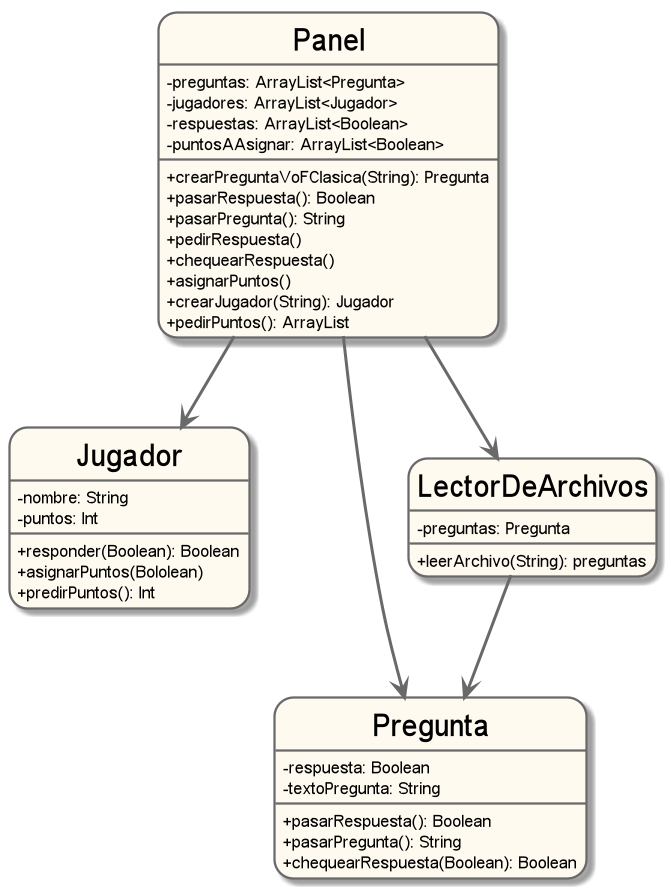
The PlantUML diagram UML/Diagrama de clases/DiagramaDeClases.png in fvazquezf/TP_2_Algo_3, before a commit. Its diagram source:
```plantuml
@startuml TP2
hide circle
skinparam classAttributeIconSize 0
skinparam roundcorner 25
skinparam sequenceArrowThickness 2
skinparam classFontSize 20

skinparam class {
BackgroundColor FloralWhite
ArrowColor DimGray
BorderColor DimGray
}

class Panel{
       - preguntas: ArrayList<Pregunta>
       - jugadores: ArrayList<Jugador>
       - respuestas: ArrayList<Boolean>
       - puntosAAsignar: ArrayList<Boolean>
       + crearPreguntaVoFClasica(String): Pregunta
       + pasarRespuesta(): Boolean
       + pasarPregunta(): String
       + pedirRespuesta()
       + chequearRespuesta()
       + asignarPuntos()
       + crearJugador(String): Jugador
       + pedirPuntos(): ArrayList
}

class Jugador{
        - nombre: String
        - puntos: Int
        + responder(Boolean): Boolean
        + asignarPuntos(Bololean)
        + predirPuntos(): Int
}


class Pregunta{
        - respuesta: Boolean
        - textoPregunta: String
        + pasarRespuesta(): Boolean
        + pasarPregunta(): String
        + chequearRespuesta(Boolean): Boolean
}

class LectorDeArchivos{
        -preguntas: Pregunta
        +leerArchivo(String): preguntas
}

Panel --> Jugador
Panel --> Pregunta
Panel --> LectorDeArchivos
LectorDeArchivos --> Pregunta

@enduml
```
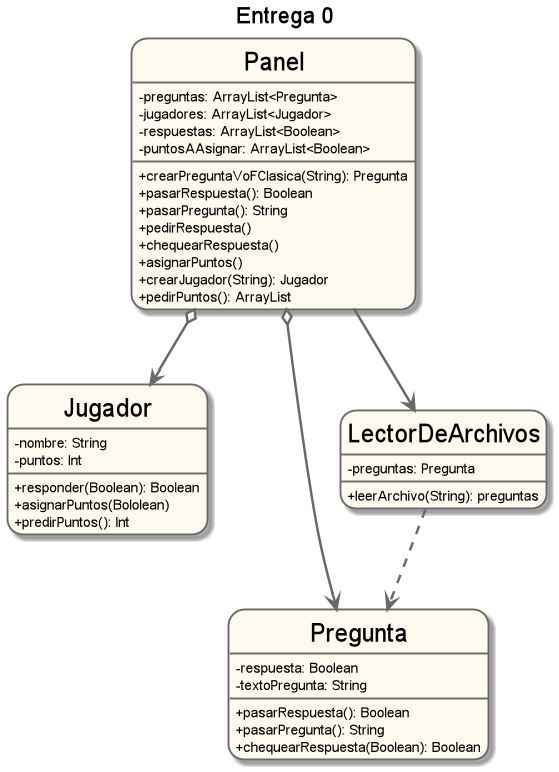
After the commit.

Commit message:
Se realiza cambios menores al diagrama de calses

What changed in the source:
```diff
@@ -1,4 +1,7 @@
 @startuml TP2
+
+title Entrega 0
+
 hide circle
 skinparam classAttributeIconSize 0
 skinparam roundcorner 25
@@ -48,9 +51,9 @@
         +leerArchivo(String): preguntas
 }
 
-Panel --> Jugador
-Panel --> Pregunta
+Panel o--> Jugador
+Panel o--> Pregunta
 Panel --> LectorDeArchivos
-LectorDeArchivos --> Pregunta
+LectorDeArchivos ..> Pregunta
 
 @enduml
```
